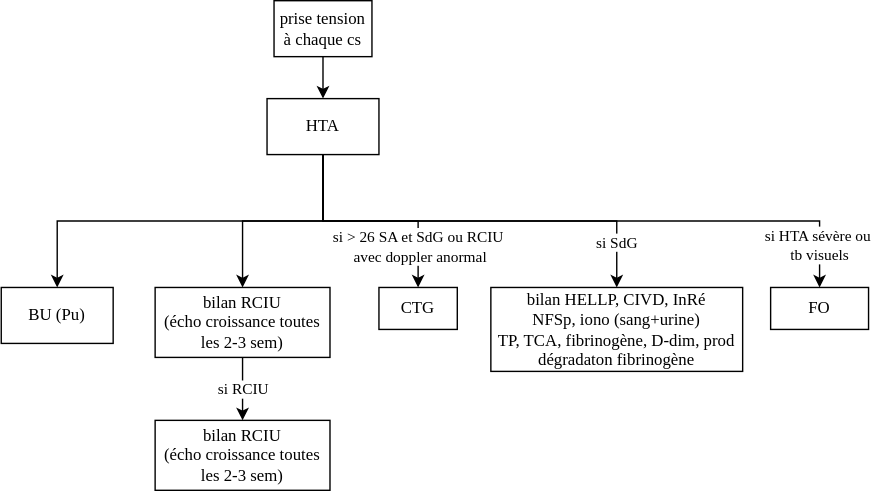
Before: ff.drawio.svg, a diagram exported from draw.io (Medeler/html). Source tidied: cells renumbered, new cells last; positions are measured from the earlier drawing's top-left corner, leaving out a move shared by most shapes.
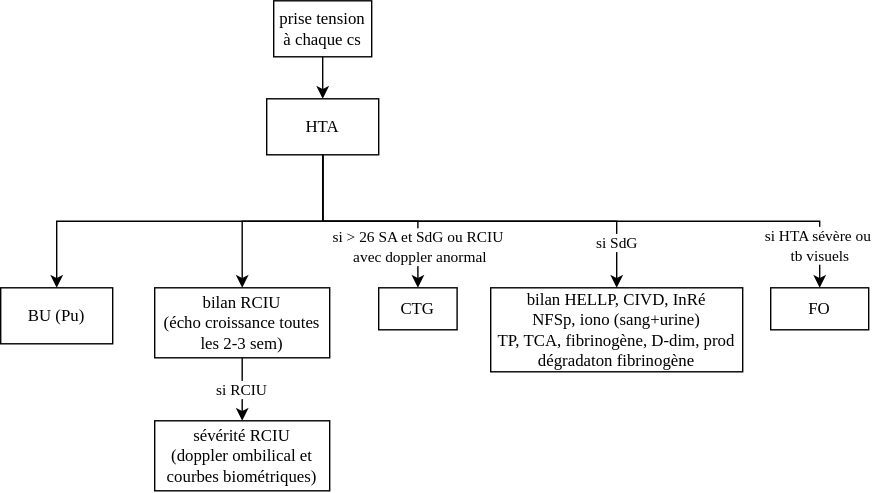
After the change.

What changed in the source:
```diff
@@ -41,7 +41,7 @@
     <mxCell id="14" value="CTG" style="rounded=0;whiteSpace=wrap;html=1;fontFamily=Tillana;fontSource=https%3A%2F%2Ffonts.googleapis.com%2Fcss%3Ffamily%3DTillana;" parent="1" vertex="1">
       <mxGeometry x="270" y="205" width="56" height="30" as="geometry" />
     </mxCell>
-    <mxCell id="15" value="bilan RCIU&lt;br&gt;(écho croissance toutes les 2-3 sem)" style="rounded=0;whiteSpace=wrap;html=1;fontFamily=Tillana;fontSource=https%3A%2F%2Ffonts.googleapis.com%2Fcss%3Ffamily%3DTillana;" parent="1" vertex="1">
+    <mxCell id="15" value="sévérité RCIU&lt;br&gt;(doppler ombilical et courbes biométriques)" style="rounded=0;whiteSpace=wrap;html=1;fontFamily=Tillana;fontSource=https%3A%2F%2Ffonts.googleapis.com%2Fcss%3Ffamily%3DTillana;" parent="1" vertex="1">
       <mxGeometry x="110" y="300" width="125" height="50" as="geometry" />
     </mxCell>
     <mxCell id="16" value="FO" style="rounded=0;whiteSpace=wrap;html=1;fontFamily=Tillana;fontSource=https%3A%2F%2Ffonts.googleapis.com%2Fcss%3Ffamily%3DTillana;" parent="1" vertex="1">
```
